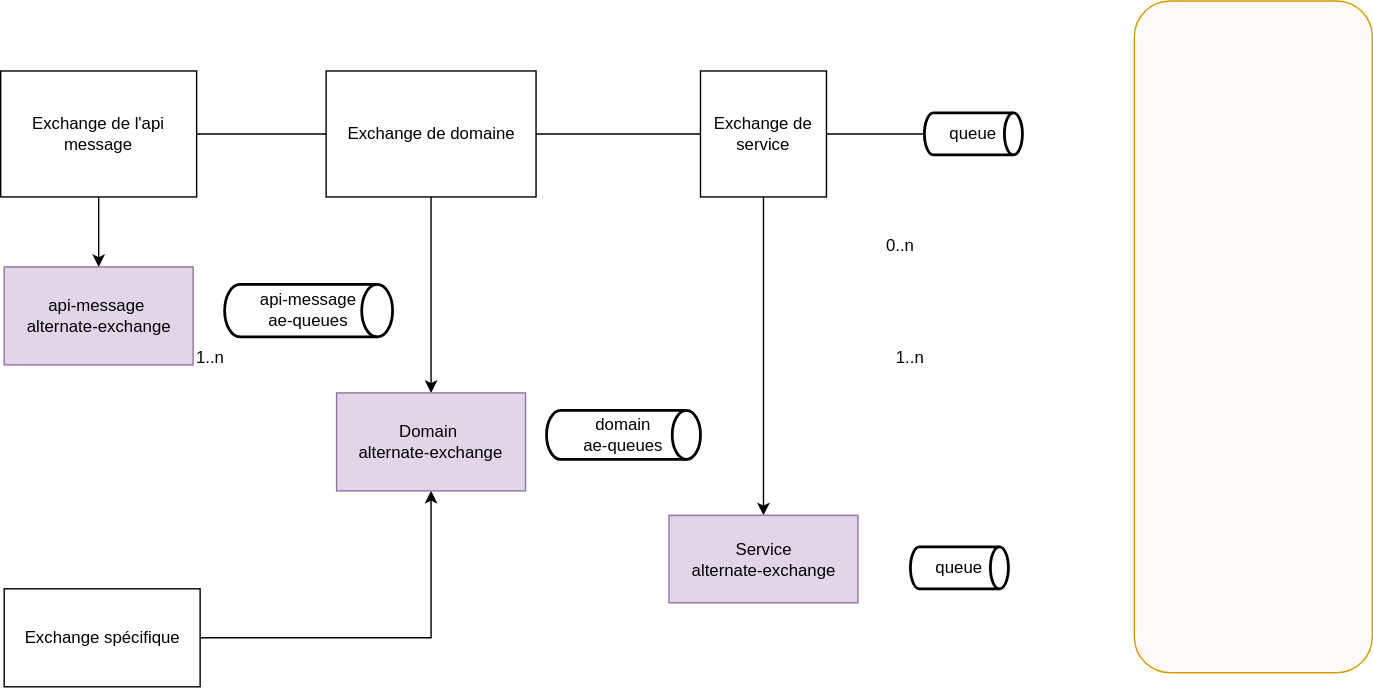
The draw.io diagram drawio/AE.svg in sarraz1/csau, before a commit. Source tidied: cells renumbered, new cells last; positions are measured from the earlier drawing's top-left corner, leaving out a move shared by most shapes.
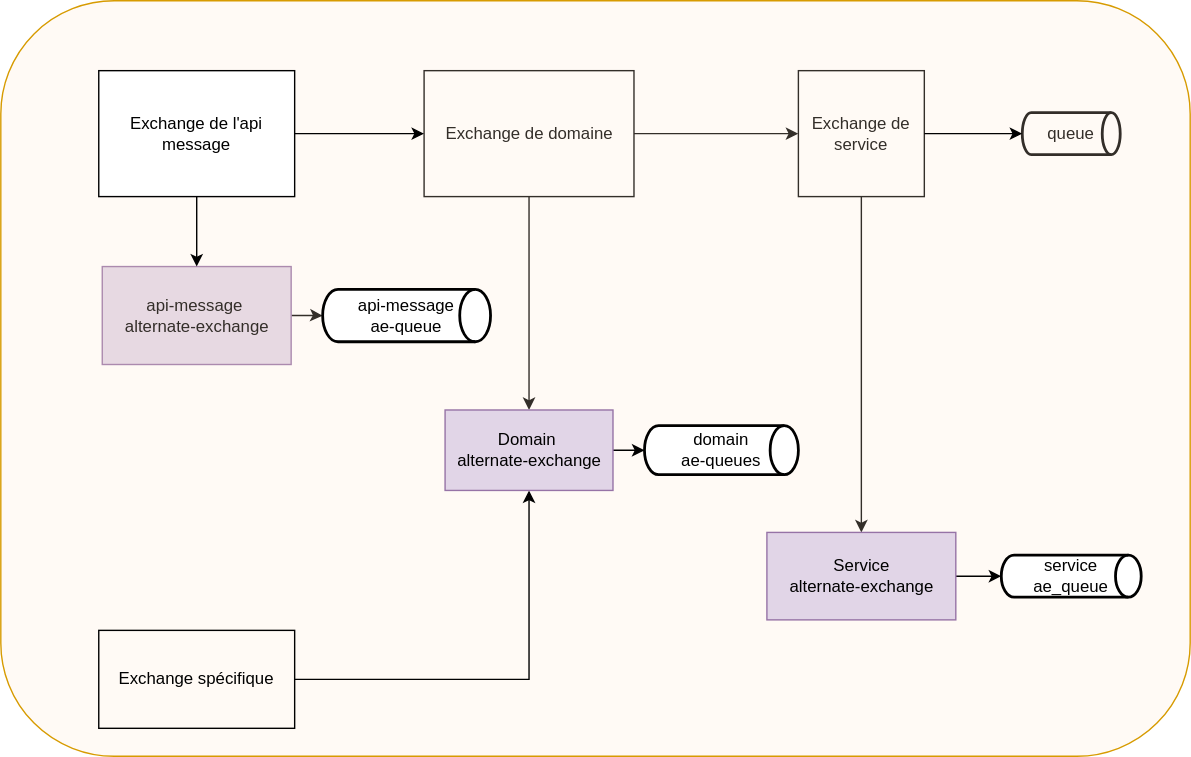
The same diagram one commit later.

Commit message:
Mettre à jour AE.svg

What changed in the source:
```diff
@@ -11,38 +11,29 @@
     <mxCell id="4" style="edgeStyle=orthogonalEdgeStyle;rounded=0;jettySize=auto;html=1;" parent="1" edge="1" source="5" target="20">
       <mxGeometry relative="1" as="geometry" />
     </mxCell>
+    <mxCell id="7" style="edgeStyle=orthogonalEdgeStyle;rounded=0;jettySize=auto;html=1;" parent="1" edge="1" source="5" target="3">
+      <mxGeometry relative="1" as="geometry" />
+    </mxCell>
     <mxCell id="5" value="Exchange de domaine" style="rounded=0;whiteSpace=wrap;html=1;" parent="1" vertex="1">
       <mxGeometry x="232.5" y="50" width="150" height="90" as="geometry" />
     </mxCell>
+    <mxCell id="25" style="edgeStyle=orthogonalEdgeStyle;rounded=0;jettySize=auto;html=1;" parent="1" edge="1" source="6" target="22">
+      <mxGeometry relative="1" as="geometry" />
+    </mxCell>
     <mxCell id="6" value="&lt;div&gt;&lt;span style=&quot;background-color: transparent; color: light-dark(rgb(0, 0, 0), rgb(255, 255, 255));&quot;&gt;api-message&amp;nbsp;&lt;/span&gt;&lt;/div&gt;&lt;div&gt;&lt;span style=&quot;background-color: transparent; color: light-dark(rgb(0, 0, 0), rgb(255, 255, 255));&quot;&gt;alternate-exchange&lt;/span&gt;&lt;/div&gt;" style="rounded=0;whiteSpace=wrap;html=1;fillColor=#e1d5e7;strokeColor=#9673a6;" parent="1" vertex="1">
       <mxGeometry x="2.5" y="190" width="135" height="70" as="geometry" />
     </mxCell>
-    <mxCell id="7" style="endArrow=none;html=1;rounded=0;entryX=0;entryY=0.5;entryDx=0;entryDy=0;exitX=1;exitY=0.5;exitDx=0;exitDy=0;" parent="1" edge="1" source="5" target="3">
-      <mxGeometry relative="1" as="geometry" />
-    </mxCell>
-    <mxCell id="8" value="0..n" style="text;html=1;align=center;verticalAlign=middle;whiteSpace=wrap;rounded=0;" parent="1" vertex="1">
-      <mxGeometry x="612.5" y="160" width="60" height="30" as="geometry" />
-    </mxCell>
     <mxCell id="9" value="queue" style="strokeWidth=2;html=1;shape=mxgraph.flowchart.direct_data;whiteSpace=wrap;" parent="1" vertex="1">
       <mxGeometry x="660" y="80" width="70" height="30" as="geometry" />
     </mxCell>
-    <mxCell id="10" value="1..n" style="text;html=1;align=center;verticalAlign=middle;whiteSpace=wrap;rounded=0;" parent="1" vertex="1">
-      <mxGeometry x="620" y="240" width="60" height="30" as="geometry" />
-    </mxCell>
-    <mxCell id="11" style="endArrow=none;html=1;rounded=0;entryX=0;entryY=0.5;entryDx=0;entryDy=0;entryPerimeter=0;exitX=1;exitY=0.5;exitDx=0;exitDy=0;" parent="1" edge="1" source="3" target="9">
-      <mxGeometry relative="1" as="geometry" />
-    </mxCell>
     <mxCell id="12" style="rounded=1;whiteSpace=wrap;html=1;fillColor=#ffe6cc;strokeColor=#d79b00;strokeOpacity=100;fillOpacity=20;" parent="1" vertex="1">
-      <mxGeometry x="810" width="170" height="480" as="geometry" />
+      <mxGeometry x="-70" width="850" height="540" as="geometry" />
     </mxCell>
-    <mxCell id="13" value="1..n" style="text;html=1;align=center;verticalAlign=middle;whiteSpace=wrap;rounded=0;" parent="1" vertex="1">
-      <mxGeometry x="120" y="240" width="60" height="30" as="geometry" />
-    </mxCell>
     <mxCell id="14" style="edgeStyle=orthogonalEdgeStyle;rounded=0;jettySize=auto;html=1;entryX=0.5;entryY=1;entryDx=0;entryDy=0;" parent="1" edge="1" source="15" target="20">
       <mxGeometry relative="1" as="geometry" />
     </mxCell>
     <mxCell id="15" value="Exchange spécifique" style="rounded=0;whiteSpace=wrap;html=1;fillColor=none;" parent="1" vertex="1">
-      <mxGeometry x="2.5" y="420" width="140" height="70" as="geometry" />
+      <mxGeometry y="450" width="140" height="70" as="geometry" />
     </mxCell>
     <mxCell id="16" style="edgeStyle=orthogonalEdgeStyle;rounded=0;orthogonalLoop=1;jettySize=auto;html=1;exitX=0.5;exitY=1;exitDx=0;exitDy=0;" parent="1" edge="1" source="15" target="15">
       <mxGeometry relative="1" as="geometry" />
@@ -50,26 +41,35 @@
     <mxCell id="17" style="edgeStyle=orthogonalEdgeStyle;rounded=0;jettySize=auto;html=1;" parent="1" edge="1" source="18" target="6">
       <mxGeometry relative="1" as="geometry" />
     </mxCell>
+    <mxCell id="19" style="edgeStyle=orthogonalEdgeStyle;rounded=0;jettySize=auto;html=1;" parent="1" edge="1" source="18" target="5">
+      <mxGeometry relative="1" as="geometry" />
+    </mxCell>
     <mxCell id="18" value="Exchange de l'api message" style="rounded=0;whiteSpace=wrap;html=1;" parent="1" vertex="1">
       <mxGeometry y="50" width="140" height="90" as="geometry" />
     </mxCell>
-    <mxCell id="19" style="endArrow=none;html=1;rounded=0;entryX=0;entryY=0.5;entryDx=0;entryDy=0;exitX=1;exitY=0.5;exitDx=0;exitDy=0;" parent="1" edge="1" source="18" target="5">
-      <mxGeometry relative="1" as="geometry" />
-    </mxCell>
+    <mxCell id="26" style="edgeStyle=orthogonalEdgeStyle;rounded=0;jettySize=auto;html=1;" parent="1" edge="1" source="20" target="23">
+      <mxGeometry relative="1" as="geometry" />
+    </mxCell>
     <mxCell id="20" value="&lt;div&gt;Domain&amp;nbsp;&lt;/div&gt;&lt;div&gt;alternate-exchange&lt;/div&gt;" style="rounded=0;whiteSpace=wrap;html=1;fillColor=#e1d5e7;strokeColor=#9673a6;" parent="1" vertex="1">
-      <mxGeometry x="240" y="280" width="135" height="70" as="geometry" />
+      <mxGeometry x="247.5" y="292.5" width="120" height="57.5" as="geometry" />
     </mxCell>
+    <mxCell id="27" style="edgeStyle=orthogonalEdgeStyle;rounded=0;jettySize=auto;html=1;" parent="1" edge="1" source="21" target="24">
+      <mxGeometry relative="1" as="geometry" />
+    </mxCell>
     <mxCell id="21" value="&lt;div&gt;Service&lt;/div&gt;&lt;div&gt;alternate-exchange&lt;/div&gt;" style="rounded=0;whiteSpace=wrap;html=1;fillColor=#e1d5e7;strokeColor=#9673a6;" parent="1" vertex="1">
-      <mxGeometry x="477.5" y="367.5" width="135" height="62.5" as="geometry" />
+      <mxGeometry x="477.5" y="380" width="135" height="62.5" as="geometry" />
     </mxCell>
-    <mxCell id="22" value="api-message&lt;div&gt;ae-queues&lt;/div&gt;" style="strokeWidth=2;html=1;shape=mxgraph.flowchart.direct_data;whiteSpace=wrap;" parent="1" vertex="1">
-      <mxGeometry x="160" y="202.5" width="120" height="37.5" as="geometry" />
+    <mxCell id="22" value="api-message&lt;div&gt;ae-queue&lt;/div&gt;" style="strokeWidth=2;html=1;shape=mxgraph.flowchart.direct_data;whiteSpace=wrap;" parent="1" vertex="1">
+      <mxGeometry x="160" y="206.2" width="120" height="37.5" as="geometry" />
     </mxCell>
     <mxCell id="23" value="domain&lt;div&gt;ae-queues&lt;/div&gt;" style="strokeWidth=2;html=1;shape=mxgraph.flowchart.direct_data;whiteSpace=wrap;" parent="1" vertex="1">
-      <mxGeometry x="390" y="292.5" width="110" height="35" as="geometry" />
+      <mxGeometry x="390" y="303.8" width="110" height="35" as="geometry" />
     </mxCell>
-    <mxCell id="24" value="queue" style="strokeWidth=2;html=1;shape=mxgraph.flowchart.direct_data;whiteSpace=wrap;" parent="1" vertex="1">
-      <mxGeometry x="650" y="390" width="70" height="30" as="geometry" />
+    <mxCell id="24" value="service&lt;div&gt;ae_queue&lt;/div&gt;" style="strokeWidth=2;html=1;shape=mxgraph.flowchart.direct_data;whiteSpace=wrap;" parent="1" vertex="1">
+      <mxGeometry x="645" y="396.2" width="100" height="30" as="geometry" />
     </mxCell>
+    <mxCell id="11" style="edgeStyle=orthogonalEdgeStyle;rounded=0;jettySize=auto;html=1;entryX=0;entryY=0.5;entryDx=0;entryDy=0;entryPerimeter=0;" parent="1" edge="1" source="3" target="9">
+      <mxGeometry relative="1" as="geometry" />
+    </mxCell>
   </root>
 </mxGraphModel>
```
